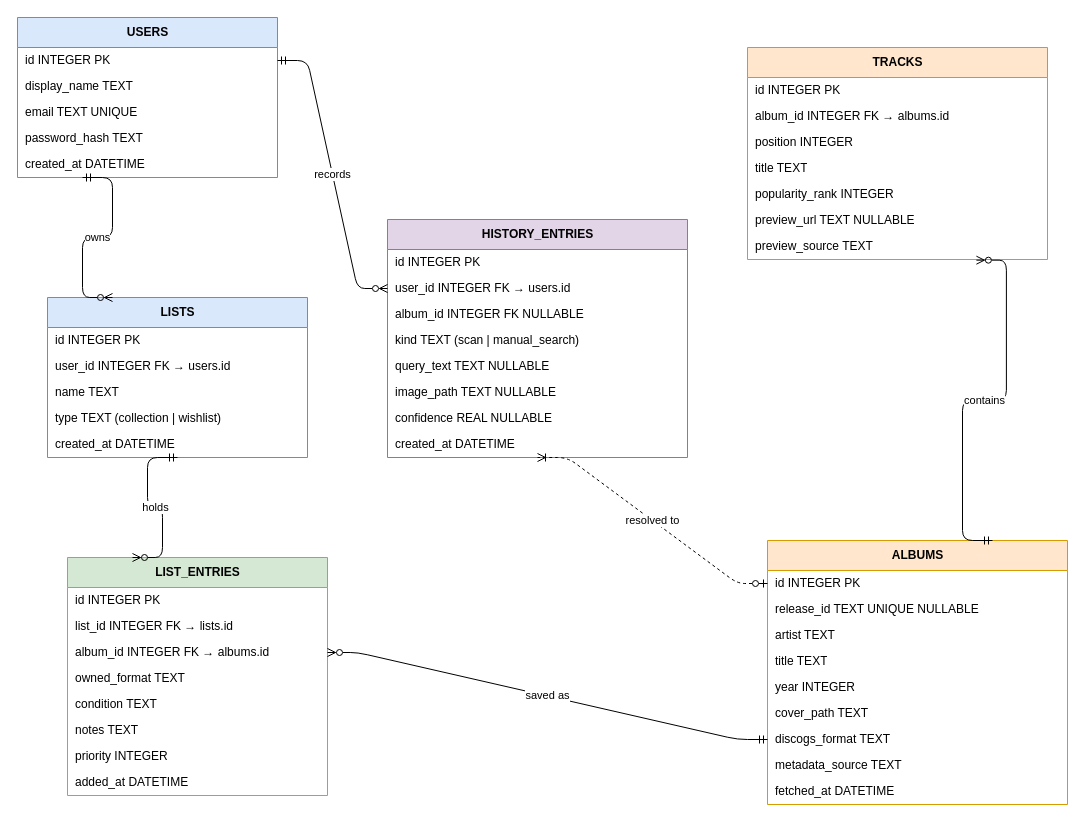
Earlier version of the draw.io diagram docs/jamscan_ERdiagram.drawio (emrecandir9/JamScan). Source tidied: cells renumbered, new cells numbered last; positions are measured from the earlier drawing's top-left corner, leaving out a move shared by most shapes. Both pictures are drawn from the tidied source at 100%, with x=0, y=0 at pixel (17, 17).
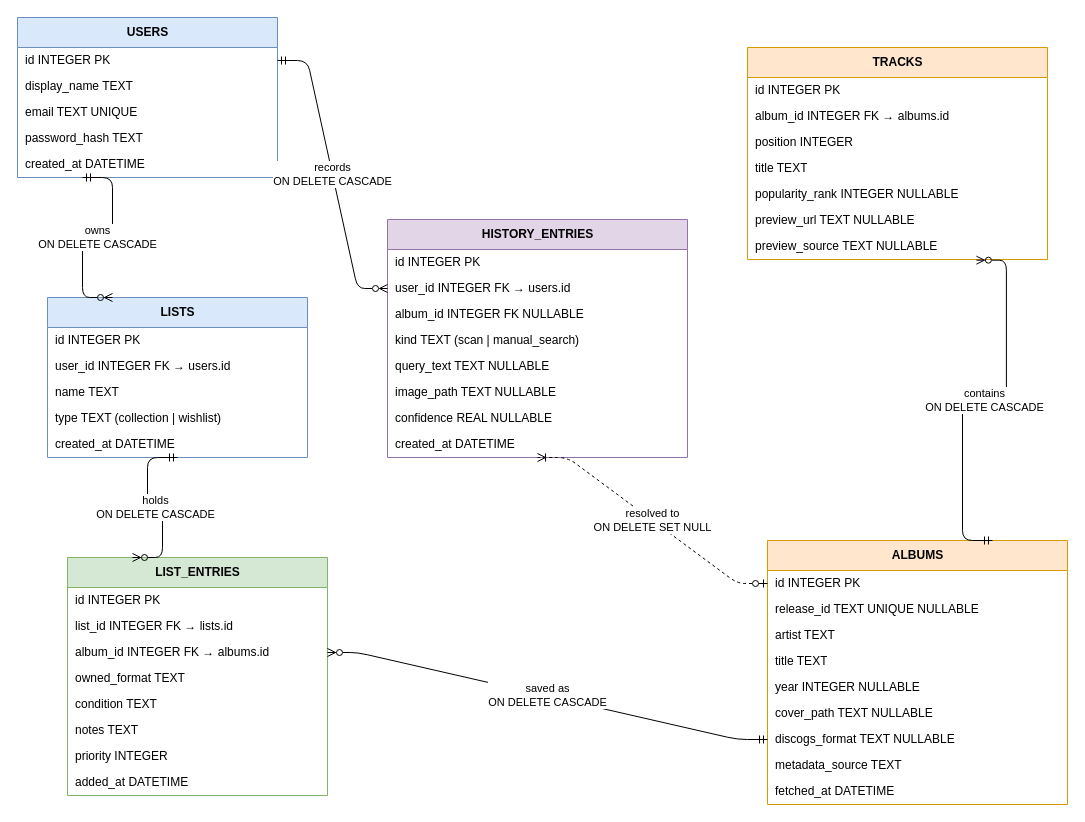
The same page after the edit.

Commit message:
docs: mark nullable columns and delete rules in ER diagram

Unchanged cells that the change refers to:
```xml
<mxCell id="2" value="USERS" style="swimlane;fontStyle=1;horizontal=1;startSize=30;html=1;fillColor=#dae8fc;strokeColor=#6c8ebf;" parent="1" vertex="1">
  <mxGeometry width="260" height="160" as="geometry" />
</mxCell>
<mxCell id="3" value="id  INTEGER  PK" style="text;strokeColor=none;fillColor=none;align=left;verticalAlign=middle;spacingLeft=6;spacingRight=6;overflow=hidden;points=[[0,0.5],[1,0.5]];portConstraint=eastwest;rounded=0;html=1;" parent="2" vertex="1">
  <mxGeometry y="30" width="260" height="26" as="geometry" />
</mxCell>
<mxCell id="8" value="LISTS" style="swimlane;fontStyle=1;horizontal=1;startSize=30;html=1;fillColor=#dae8fc;strokeColor=#6c8ebf;" parent="1" vertex="1">
  <mxGeometry x="30" y="280" width="260" height="160" as="geometry" />
</mxCell>
<mxCell id="14" value="LIST_ENTRIES" style="swimlane;fontStyle=1;horizontal=1;startSize=30;html=1;fillColor=#d5e8d4;strokeColor=#82b366;" parent="1" vertex="1">
  <mxGeometry x="50" y="540" width="260" height="238" as="geometry" />
</mxCell>
<mxCell id="17" value="album_id  INTEGER  FK → albums.id" style="text;strokeColor=none;fillColor=none;align=left;verticalAlign=middle;spacingLeft=6;spacingRight=6;overflow=hidden;points=[[0,0.5],[1,0.5]];portConstraint=eastwest;rounded=0;html=1;" parent="14" vertex="1">
  <mxGeometry y="82" width="260" height="26" as="geometry" />
</mxCell>
<mxCell id="23" value="ALBUMS" style="swimlane;fontStyle=1;horizontal=1;startSize=30;html=1;fillColor=#ffe6cc;strokeColor=#d79b00;" parent="1" vertex="1">
  <mxGeometry x="750" y="523" width="300" height="264" as="geometry" />
</mxCell>
<mxCell id="24" value="id  INTEGER  PK" style="text;strokeColor=none;fillColor=none;align=left;verticalAlign=middle;spacingLeft=6;spacingRight=6;overflow=hidden;points=[[0,0.5],[1,0.5]];portConstraint=eastwest;rounded=0;html=1;" parent="23" vertex="1">
  <mxGeometry y="30" width="300" height="26" as="geometry" />
</mxCell>
<mxCell id="33" value="TRACKS" style="swimlane;fontStyle=1;horizontal=1;startSize=30;html=1;fillColor=#ffe6cc;strokeColor=#d79b00;" parent="1" vertex="1">
  <mxGeometry x="730" y="30" width="300" height="212" as="geometry" />
</mxCell>
<mxCell id="41" value="HISTORY_ENTRIES" style="swimlane;fontStyle=1;horizontal=1;startSize=30;html=1;fillColor=#e1d5e7;strokeColor=#9673a6;" parent="1" vertex="1">
  <mxGeometry x="370" y="202" width="300" height="238" as="geometry" />
</mxCell>
<mxCell id="43" value="user_id  INTEGER  FK → users.id" style="text;strokeColor=none;fillColor=none;align=left;verticalAlign=middle;spacingLeft=6;spacingRight=6;overflow=hidden;points=[[0,0.5],[1,0.5]];portConstraint=eastwest;rounded=0;html=1;" parent="41" vertex="1">
  <mxGeometry y="56" width="300" height="26" as="geometry" />
</mxCell>
```

The edit, as a diff of the source:
```diff
@@
-    <mxCell id="28" value="year  INTEGER" style="text;strokeColor=none;fillColor=none;align=left;verticalAlign=middle;spacingLeft=6;spacingRight=6;overflow=hidden;rounded=0;html=1;" parent="23" vertex="1">
+    <mxCell id="28" value="year  INTEGER  NULLABLE" style="text;strokeColor=none;fillColor=none;align=left;verticalAlign=middle;spacingLeft=6;spacingRight=6;overflow=hidden;rounded=0;html=1;" parent="23" vertex="1">
       <mxGeometry y="134" width="300" height="26" as="geometry" />
     </mxCell>
-    <mxCell id="29" value="cover_path  TEXT" style="text;strokeColor=none;fillColor=none;align=left;verticalAlign=middle;spacingLeft=6;spacingRight=6;overflow=hidden;rounded=0;html=1;" parent="23" vertex="1">
+    <mxCell id="29" value="cover_path  TEXT  NULLABLE" style="text;strokeColor=none;fillColor=none;align=left;verticalAlign=middle;spacingLeft=6;spacingRight=6;overflow=hidden;rounded=0;html=1;" parent="23" vertex="1">
       <mxGeometry y="160" width="300" height="26" as="geometry" />
     </mxCell>
-    <mxCell id="30" value="discogs_format  TEXT" style="text;strokeColor=none;fillColor=none;align=left;verticalAlign=middle;spacingLeft=6;spacingRight=6;overflow=hidden;points=[[0,0.5],[1,0.5]];portConstraint=eastwest;rounded=0;html=1;" parent="23" vertex="1">
+    <mxCell id="30" value="discogs_format  TEXT  NULLABLE" style="text;strokeColor=none;fillColor=none;align=left;verticalAlign=middle;spacingLeft=6;spacingRight=6;overflow=hidden;points=[[0,0.5],[1,0.5]];portConstraint=eastwest;rounded=0;html=1;" parent="23" vertex="1">
       <mxGeometry y="186" width="300" height="26" as="geometry" />
     </mxCell>
@@
-    <mxCell id="38" value="popularity_rank  INTEGER" style="text;strokeColor=none;fillColor=none;align=left;verticalAlign=middle;spacingLeft=6;spacingRight=6;overflow=hidden;rounded=0;html=1;" parent="33" vertex="1">
+    <mxCell id="38" value="popularity_rank  INTEGER  NULLABLE" style="text;strokeColor=none;fillColor=none;align=left;verticalAlign=middle;spacingLeft=6;spacingRight=6;overflow=hidden;rounded=0;html=1;" parent="33" vertex="1">
       <mxGeometry y="134" width="300" height="26" as="geometry" />
     </mxCell>
@@
-    <mxCell id="40" value="preview_source  TEXT" style="text;strokeColor=none;fillColor=none;align=left;verticalAlign=middle;spacingLeft=6;spacingRight=6;overflow=hidden;points=[[0,0.5],[1,0.5]];portConstraint=eastwest;rounded=0;html=1;" parent="33" vertex="1">
+    <mxCell id="40" value="preview_source  TEXT  NULLABLE" style="text;strokeColor=none;fillColor=none;align=left;verticalAlign=middle;spacingLeft=6;spacingRight=6;overflow=hidden;points=[[0,0.5],[1,0.5]];portConstraint=eastwest;rounded=0;html=1;" parent="33" vertex="1">
       <mxGeometry y="186" width="300" height="26" as="geometry" />
     </mxCell>
@@
-    <mxCell id="50" value="owns" style="edgeStyle=entityRelationEdgeStyle;html=1;fontSize=11;startArrow=ERmandOne;startFill=0;endArrow=ERzeroToMany;endFill=0;exitX=0.25;exitY=1;entryX=0.25;entryY=0;exitDx=0;exitDy=0;entryDx=0;entryDy=0;" parent="1" edge="1" source="2" target="8">
+    <mxCell id="50" value="owns&#10;ON DELETE CASCADE" style="edgeStyle=entityRelationEdgeStyle;html=1;fontSize=11;startArrow=ERmandOne;startFill=0;endArrow=ERzeroToMany;endFill=0;exitX=0.25;exitY=1;entryX=0.25;entryY=0;exitDx=0;exitDy=0;entryDx=0;entryDy=0;" parent="1" edge="1" source="2" target="8">
       <mxGeometry relative="1" as="geometry" />
     </mxCell>
-    <mxCell id="51" value="records" style="edgeStyle=entityRelationEdgeStyle;html=1;fontSize=11;startArrow=ERmandOne;startFill=0;endArrow=ERzeroToMany;endFill=0;exitX=1;exitY=0.5;entryX=0;entryY=0.5;entryDx=0;entryDy=0;" parent="1" edge="1" source="3" target="43">
+    <mxCell id="51" value="records&#10;ON DELETE CASCADE" style="edgeStyle=entityRelationEdgeStyle;html=1;fontSize=11;startArrow=ERmandOne;startFill=0;endArrow=ERzeroToMany;endFill=0;exitX=1;exitY=0.5;entryX=0;entryY=0.5;entryDx=0;entryDy=0;" parent="1" edge="1" source="3" target="43">
       <mxGeometry relative="1" as="geometry" />
     </mxCell>
-    <mxCell id="52" value="holds" style="edgeStyle=entityRelationEdgeStyle;html=1;fontSize=11;startArrow=ERmandOne;startFill=0;endArrow=ERzeroToMany;endFill=0;exitX=0.5;exitY=1;entryX=0.25;entryY=0;exitDx=0;exitDy=0;entryDx=0;entryDy=0;" parent="1" edge="1" source="8" target="14">
+    <mxCell id="52" value="holds&#10;ON DELETE CASCADE" style="edgeStyle=entityRelationEdgeStyle;html=1;fontSize=11;startArrow=ERmandOne;startFill=0;endArrow=ERzeroToMany;endFill=0;exitX=0.5;exitY=1;entryX=0.25;entryY=0;exitDx=0;exitDy=0;entryDx=0;entryDy=0;" parent="1" edge="1" source="8" target="14">
       <mxGeometry relative="1" as="geometry" />
     </mxCell>
-    <mxCell id="53" value="saved as" style="edgeStyle=entityRelationEdgeStyle;html=1;fontSize=11;startArrow=ERmandOne;startFill=0;endArrow=ERzeroToMany;endFill=0;exitX=0;exitY=0.5;entryX=1;entryY=0.5;exitDx=0;exitDy=0;" parent="1" edge="1" source="30" target="17">
+    <mxCell id="53" value="saved as&#10;ON DELETE CASCADE" style="edgeStyle=entityRelationEdgeStyle;html=1;fontSize=11;startArrow=ERmandOne;startFill=0;endArrow=ERzeroToMany;endFill=0;exitX=0;exitY=0.5;entryX=1;entryY=0.5;exitDx=0;exitDy=0;" parent="1" edge="1" source="30" target="17">
       <mxGeometry relative="1" as="geometry" />
     </mxCell>
-    <mxCell id="54" value="contains" style="edgeStyle=entityRelationEdgeStyle;html=1;fontSize=11;startArrow=ERmandOne;startFill=0;endArrow=ERzeroToMany;endFill=0;exitX=0.75;exitY=0;exitDx=0;exitDy=0;entryX=0.763;entryY=1.026;entryDx=0;entryDy=0;entryPerimeter=0;" parent="1" edge="1" source="23" target="40">
+    <mxCell id="54" value="contains&#10;ON DELETE CASCADE" style="edgeStyle=entityRelationEdgeStyle;html=1;fontSize=11;startArrow=ERmandOne;startFill=0;endArrow=ERzeroToMany;endFill=0;exitX=0.75;exitY=0;exitDx=0;exitDy=0;entryX=0.763;entryY=1.026;entryDx=0;entryDy=0;entryPerimeter=0;" parent="1" edge="1" source="23" target="40">
       <mxGeometry relative="1" as="geometry" />
     </mxCell>
-    <mxCell id="55" value="resolved to" style="edgeStyle=entityRelationEdgeStyle;html=1;fontSize=11;dashed=1;startArrow=ERzeroToOne;startFill=0;endArrow=ERoneToMany;endFill=0;exitX=0;exitY=0.5;entryX=0.5;entryY=1;entryDx=0;entryDy=0;" parent="1" edge="1" source="24" target="41">
+    <mxCell id="55" value="resolved to&#10;ON DELETE SET NULL" style="edgeStyle=entityRelationEdgeStyle;html=1;fontSize=11;dashed=1;startArrow=ERzeroToOne;startFill=0;endArrow=ERoneToMany;endFill=0;exitX=0;exitY=0.5;entryX=0.5;entryY=1;entryDx=0;entryDy=0;" parent="1" edge="1" source="24" target="41">
       <mxGeometry relative="1" as="geometry" />
     </mxCell>
```
